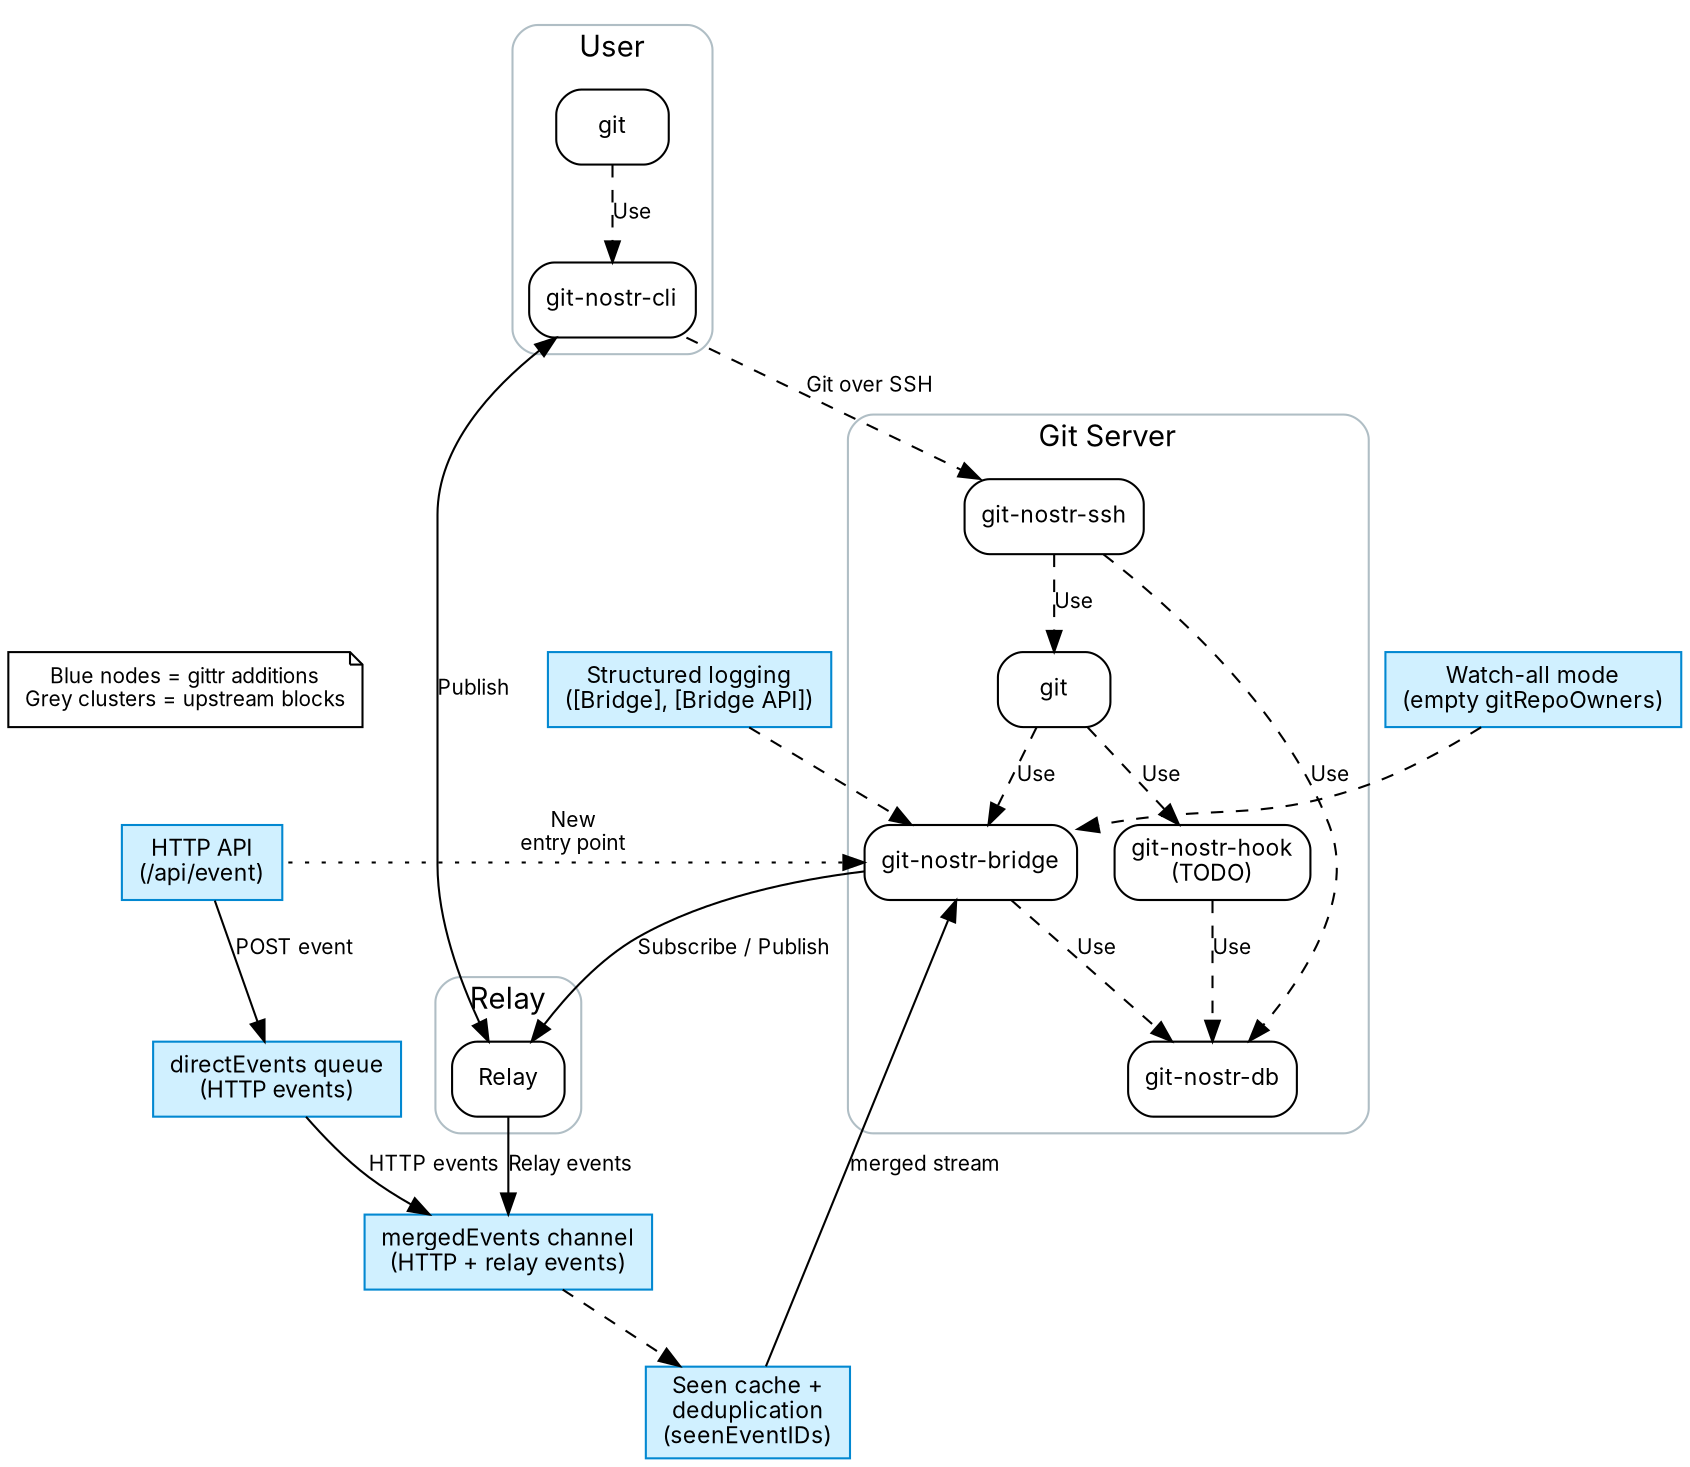
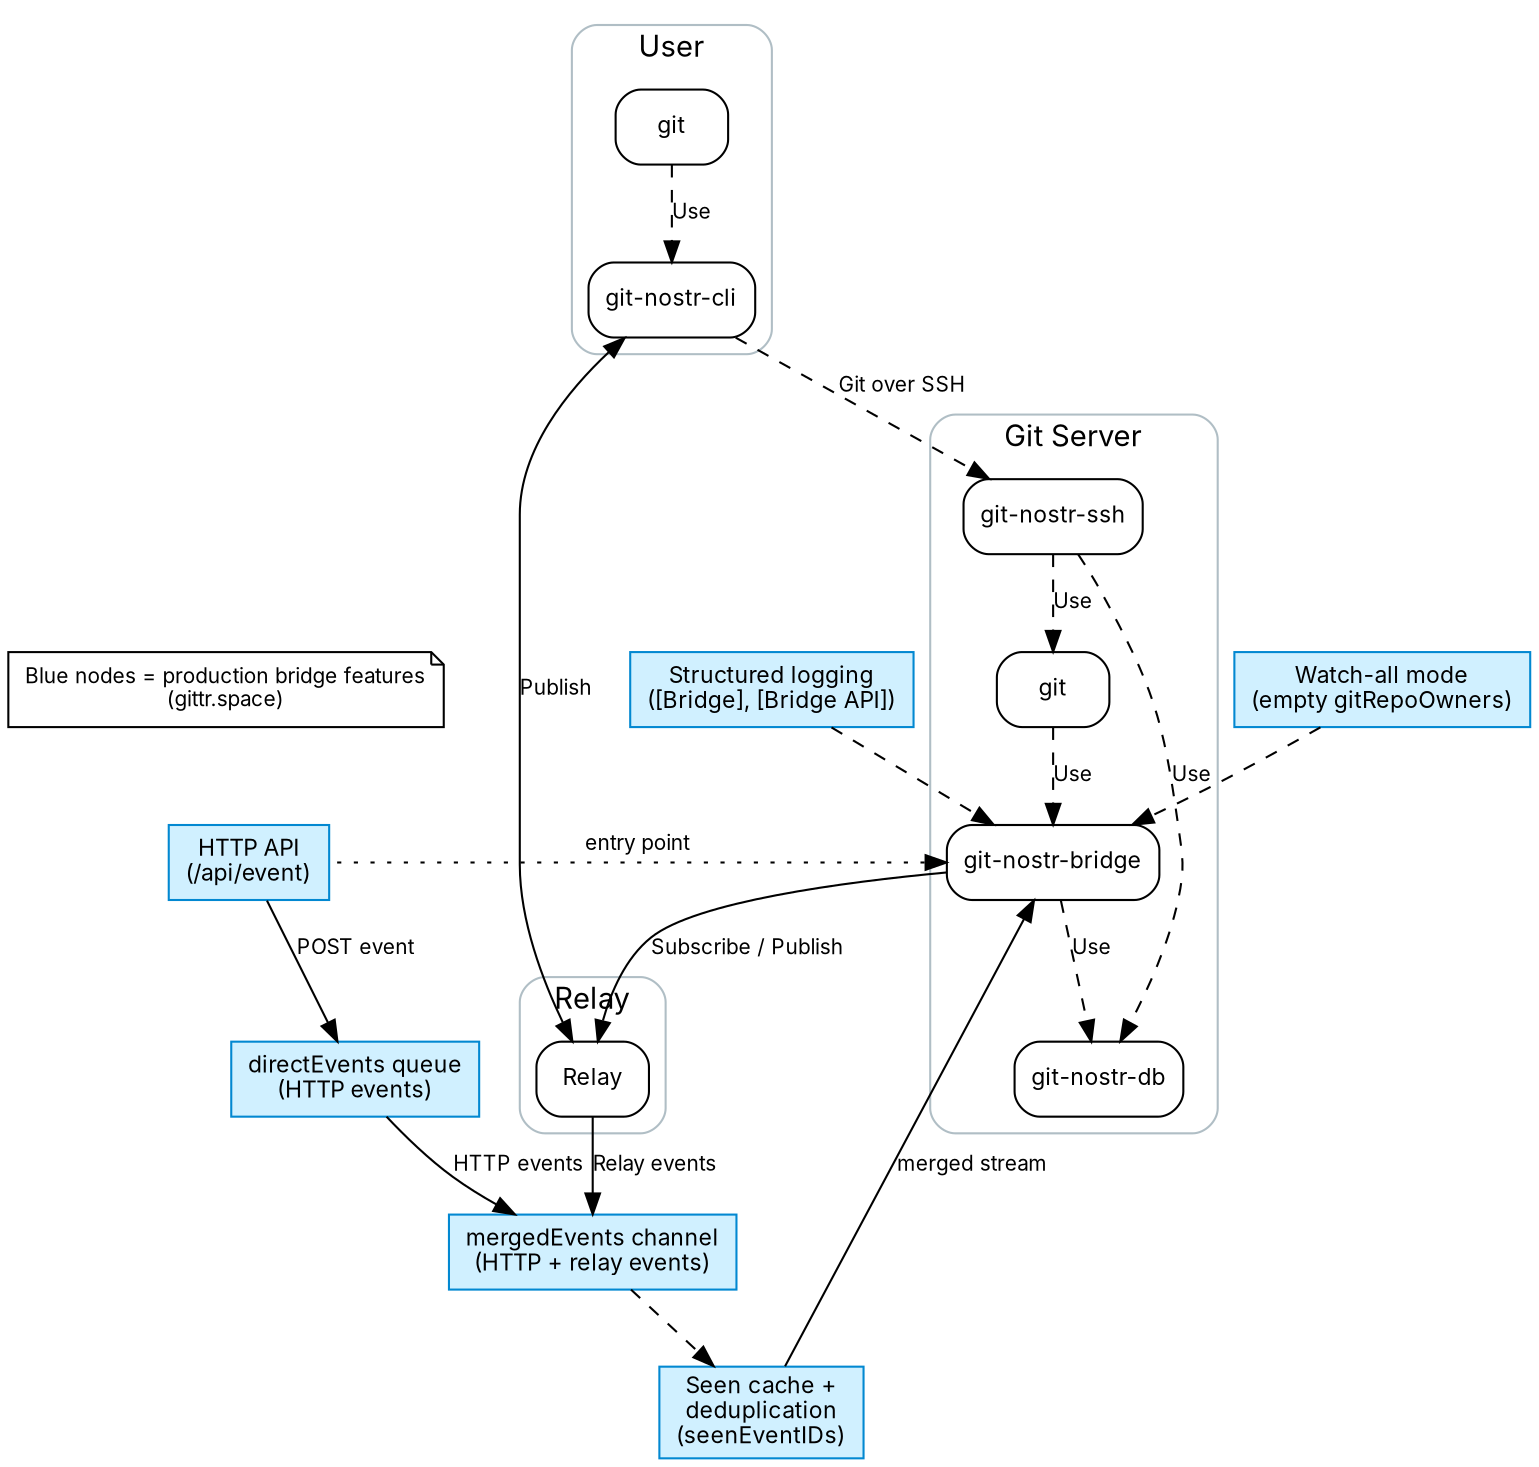
digraph G {
  graph [splines=true, bgcolor="white", fontname="Inter"];
  node [shape=box, style="rounded", fontname="Inter", fontsize=11];
  edge [fontname="Inter", fontsize=10];

  subgraph cluster_gitserver {
    label="Git Server";
    color="#b0bec5";
    style="rounded";

    git [label="git", shape=box];
    bridge [label="git-nostr-bridge", shape=box];
    ssh [label="git-nostr-ssh", shape=box];
-     hook [label="git-nostr-hook\n(TODO)", shape=box];
    db [label="git-nostr-db", shape=box];

-     git -> hook [style=dashed, label="Use"];
-     hook -> db [style=dashed, label="Use"];
    git -> bridge [style=dashed, label="Use"];
    bridge -> db [style=dashed, label="Use"];
    ssh -> db [style=dashed, label="Use"];
    ssh -> git [style=dashed, label="Use"];
  }

  subgraph cluster_user {
    label="User";
    color="#b0bec5";
    style="rounded";
    usergit [label="git"];
    cli [label="git-nostr-cli"];
    usergit -> cli [style=dashed, label="Use"];
  }

  subgraph cluster_relay {
    label="Relay";
    color="#b0bec5";
    style="rounded";
    relay [label="Relay"];
  }

  bridge -> relay [label="Subscribe / Publish"];
  cli -> relay [label="Publish", dir=both];
  cli -> ssh [style=dashed, label="Git over SSH"];

  http_api [label="HTTP API\n(/api/event)", shape=box, style="filled", fillcolor="#d0f0ff", color="#0288d1"];
  direct_chan [label="directEvents queue\n(HTTP events)", shape=box, style="filled", fillcolor="#d0f0ff", color="#0288d1"];
  merged_chan [label="mergedEvents channel\n(HTTP + relay events)", shape=box, style="filled", fillcolor="#d0f0ff", color="#0288d1"];
  dedupe [label="Seen cache +\ndeduplication\n(seenEventIDs)", shape=box, style="filled", fillcolor="#d0f0ff", color="#0288d1"];
  watchall [label="Watch-all mode\n(empty gitRepoOwners)", shape=box, style="filled", fillcolor="#d0f0ff", color="#0288d1"];
  logging [label="Structured logging\n([Bridge], [Bridge API])", shape=box, style="filled", fillcolor="#d0f0ff", color="#0288d1"];

-   bridge -> http_api [style=dotted, dir=back, label="New\nentry point"];
+   bridge -> http_api [style=dotted, dir=back, label="entry point"];
  http_api -> direct_chan [label="POST event"];
  relay -> merged_chan [label="Relay events"];
  direct_chan -> merged_chan [label="HTTP events"];
  merged_chan -> dedupe [style=dashed];
  dedupe -> bridge [label="merged stream"];
  watchall -> bridge [style=dashed];
  logging -> bridge [style=dashed];

-   legend [shape=note, label="Blue nodes = gittr additions\nGrey clusters = upstream blocks", fontsize=10];
+   legend [shape=note, label="Blue nodes = production bridge features\n(gittr.space)", fontsize=10];
  legend -> http_api [style=invis];
}
